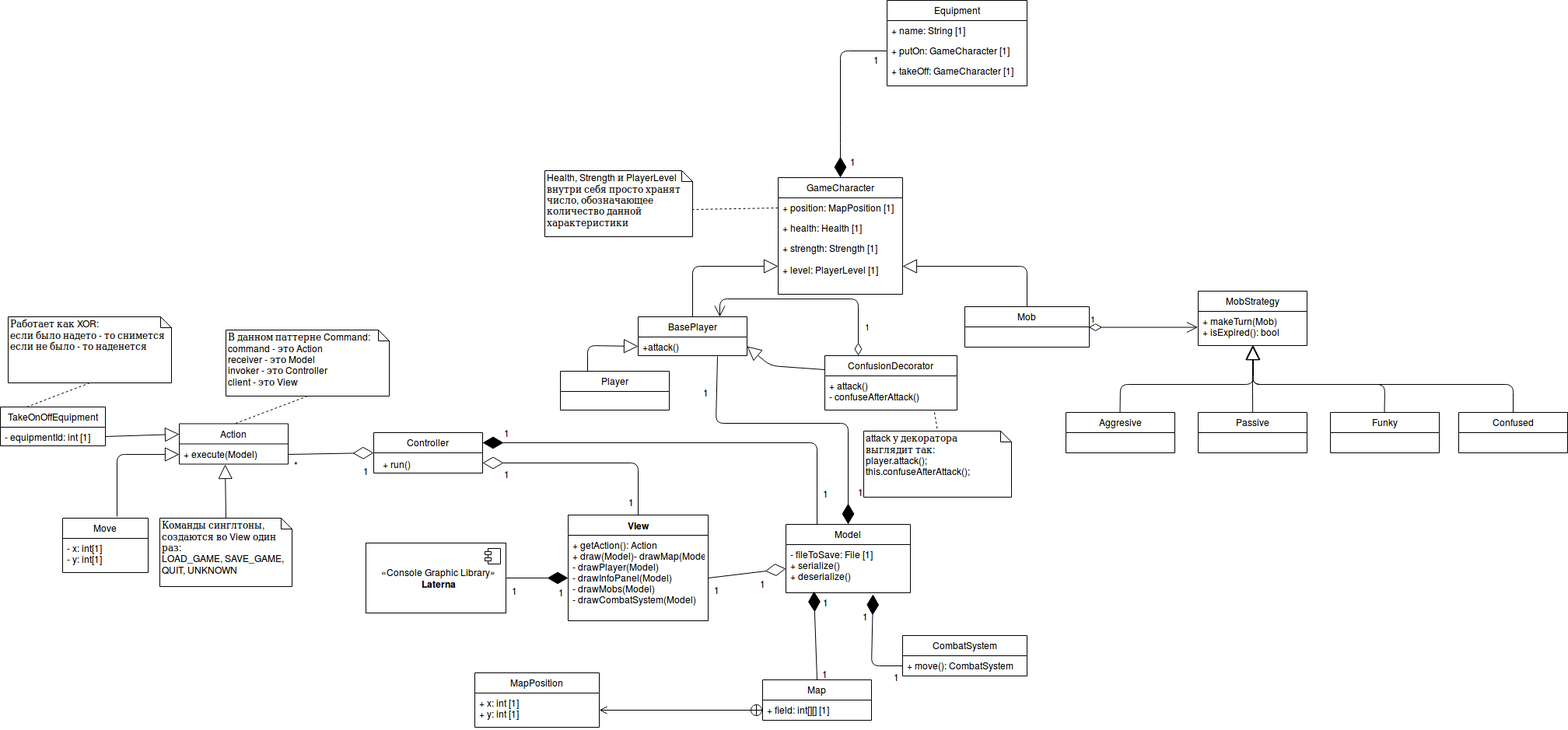
The draw.io diagram hw06/ClassDiagram.png in RamSaw/SoftwareDesign, before a commit. Source tidied: cells renumbered, new cells last; positions are measured from the earlier drawing's top-left corner, leaving out a move shared by most shapes.
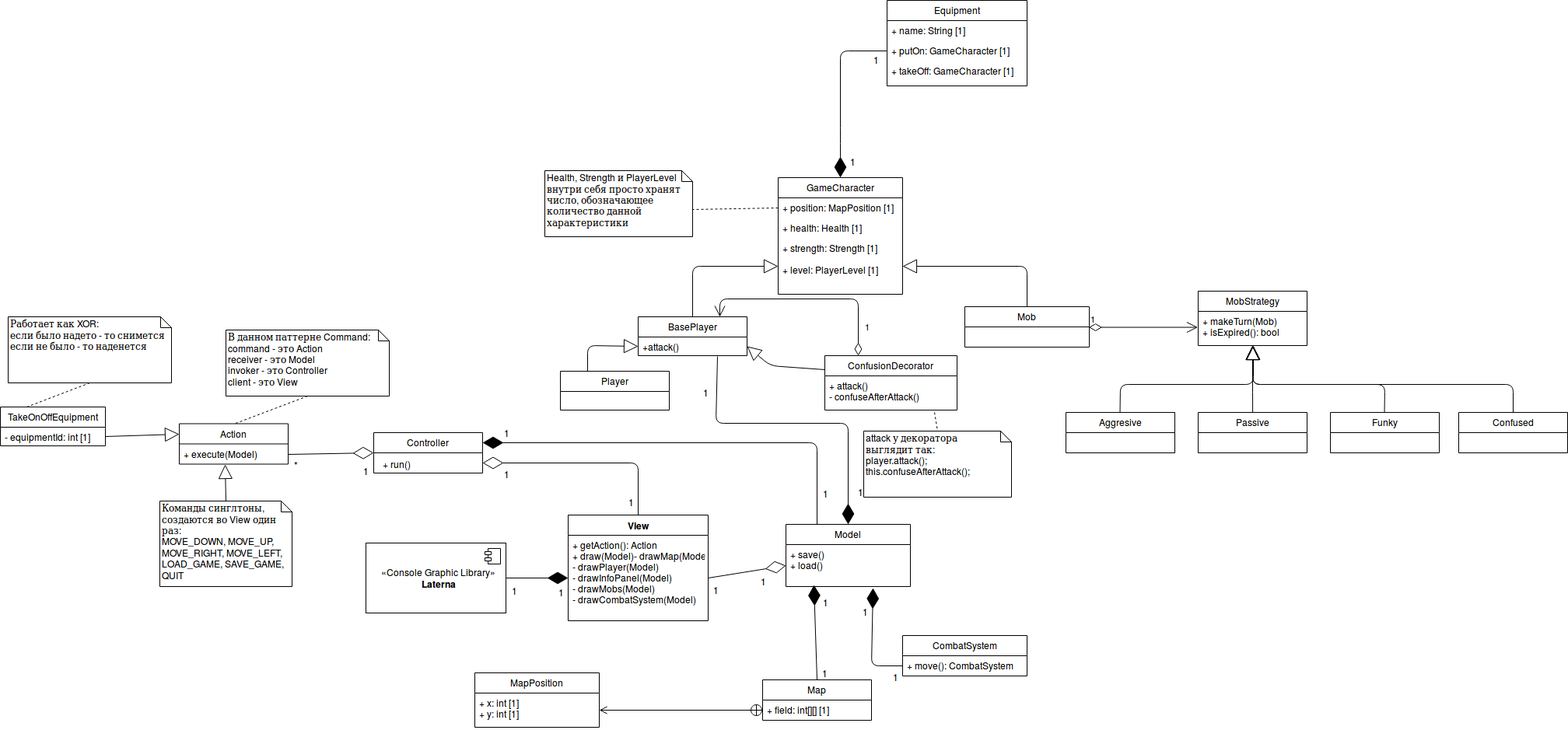
Above is the later version.

Change to the diagram source:
```diff
@@ -320,10 +320,10 @@
       </mxGeometry>
     </mxCell>
     <mxCell id="72" value="Model" style="swimlane;fontStyle=0;horizontal=1;startSize=26;fillColor=none;" parent="1" vertex="1">
-      <mxGeometry x="1010" y="674" width="160" height="88" as="geometry" />
+      <mxGeometry x="1010" y="674" width="160" height="80" as="geometry" />
     </mxCell>
-    <mxCell id="73" value="- fileToSave: File [1]&#10;+ serialize()&#10;+ deserialize()&#10;" style="text;strokeColor=none;fillColor=none;align=left;verticalAlign=top;spacingLeft=4;spacingRight=4;overflow=hidden;points=[[0,0.5],[1,0.5]];portConstraint=eastwest;" parent="72" vertex="1">
-      <mxGeometry y="26" width="160" height="62" as="geometry" />
+    <mxCell id="73" value="+ save()&#10;+ load()&#10;" style="text;strokeColor=none;fillColor=none;align=left;verticalAlign=top;spacingLeft=4;spacingRight=4;overflow=hidden;points=[[0,0.5],[1,0.5]];portConstraint=eastwest;" parent="72" vertex="1">
+      <mxGeometry y="26" width="160" height="54" as="geometry" />
     </mxCell>
     <mxCell id="74" value="Action" style="swimlane;fontStyle=0;horizontal=1;startSize=26;fillColor=none;" parent="1" vertex="1">
       <mxGeometry x="230" y="544.5" width="140" height="52" as="geometry" />
@@ -337,20 +337,6 @@
     <mxCell id="77" style="endArrow=none;dashed=1;html=1;entryX=0.5;entryY=0;entryDx=0;entryDy=0;exitX=0.5;exitY=1;exitDx=0;exitDy=0;exitPerimeter=0;" parent="1" edge="1" source="76" target="74">
       <mxGeometry relative="1" as="geometry" />
     </mxCell>
-    <mxCell id="78" style="endArrow=block;endSize=16;endFill=0;html=1;entryX=0;entryY=0.5;entryDx=0;entryDy=0;" parent="1" edge="1" target="75">
-      <mxGeometry relative="1" as="geometry">
-        <mxPoint x="150" y="664" as="sourcePoint" />
-        <Array as="points">
-          <mxPoint x="150" y="584" />
-        </Array>
-      </mxGeometry>
-    </mxCell>
-    <mxCell id="79" value="Move" style="swimlane;fontStyle=0;horizontal=1;startSize=26;fillColor=none;" parent="1" vertex="1">
-      <mxGeometry x="80" y="666" width="110" height="70" as="geometry" />
-    </mxCell>
-    <mxCell id="80" value="- x: int[1]&#10;- y: int[1]" style="text;strokeColor=none;fillColor=none;align=left;verticalAlign=top;spacingLeft=4;spacingRight=4;overflow=hidden;" parent="79" vertex="1">
-      <mxGeometry y="26" width="110" height="44" as="geometry" />
-    </mxCell>
     <mxCell id="81" style="endArrow=diamondThin;endFill=0;endSize=24;html=1;exitX=1;exitY=0.5;exitDx=0;exitDy=0;entryX=0;entryY=0.5;entryDx=0;entryDy=0;" parent="1" edge="1" source="75" target="47">
       <mxGeometry relative="1" as="geometry" />
     </mxCell>
@@ -367,8 +353,8 @@
     <mxCell id="84" style="endArrow=block;endSize=16;endFill=0;html=1;entryX=0.421;entryY=1.019;entryDx=0;entryDy=0;entryPerimeter=0;exitX=0.5;exitY=0;exitDx=0;exitDy=0;exitPerimeter=0;" parent="1" edge="1" source="85" target="75">
       <mxGeometry relative="1" as="geometry" />
     </mxCell>
-    <mxCell id="85" value="&lt;div&gt;Команды синглтоны, создаются во View один раз:&lt;/div&gt;&lt;div&gt;LOAD_GAME, SAVE_GAME, QUIT, UNKNOWN&lt;br&gt;&lt;/div&gt;" style="shape=note;whiteSpace=wrap;html=1;size=14;verticalAlign=top;align=left;spacingTop=-6;" parent="1" vertex="1">
-      <mxGeometry x="205" y="666" width="170" height="88" as="geometry" />
+    <mxCell id="85" value="&lt;div&gt;Команды синглтоны, создаются во View один раз:&lt;/div&gt;&lt;div&gt;MOVE_DOWN, MOVE_UP, MOVE_RIGHT, MOVE_LEFT, LOAD_GAME, SAVE_GAME, QUIT&lt;br&gt;&lt;/div&gt;" style="shape=note;whiteSpace=wrap;html=1;size=14;verticalAlign=top;align=left;spacingTop=-6;" parent="1" vertex="1">
+      <mxGeometry x="205" y="644" width="170" height="110" as="geometry" />
     </mxCell>
     <mxCell id="86" style="endArrow=block;endSize=16;endFill=0;html=1;entryX=0;entryY=0.25;entryDx=0;entryDy=0;exitX=1;exitY=0.5;exitDx=0;exitDy=0;" parent="1" edge="1" source="88" target="74">
       <mxGeometry relative="1" as="geometry" />
```
